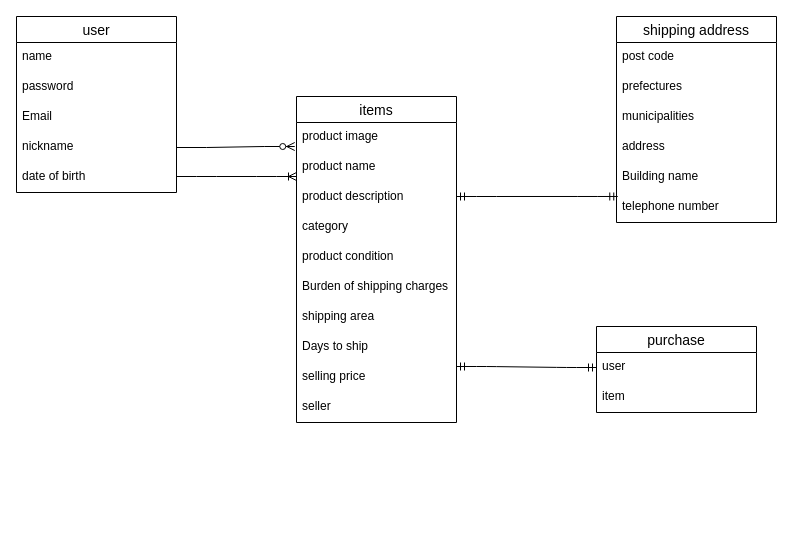
The draw.io diagram test.dio in pusann/furima-37365, before the edit. Source tidied: cells renumbered, new cells numbered last; positions are measured from the earlier drawing's top-left corner, leaving out a move shared by most shapes. Both pictures are drawn from the tidied source at 100%, with x=0, y=0 at pixel (16, 16).
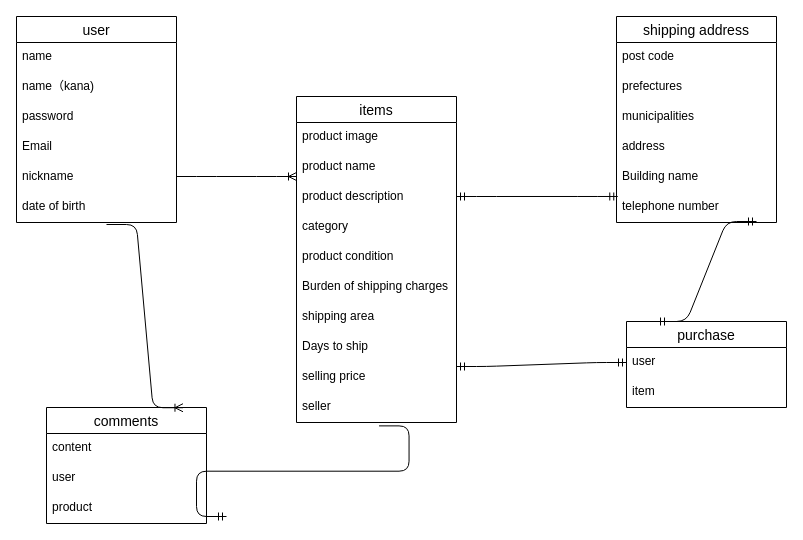
After the change.

Unchanged cells that the change refers to:
```xml
<mxCell id="3" value="product image" style="text;strokeColor=none;fillColor=none;spacingLeft=4;spacingRight=4;overflow=hidden;points=[[0,0.5],[1,0.5]];portConstraint=eastwest;fontSize=12;" parent="2" vertex="1">
  <mxGeometry y="26" width="160" height="30" as="geometry" />
</mxCell>
<mxCell id="12" value="seller" style="text;strokeColor=none;fillColor=none;spacingLeft=4;spacingRight=4;overflow=hidden;points=[[0,0.5],[1,0.5]];portConstraint=eastwest;fontSize=12;" parent="2" vertex="1">
  <mxGeometry y="296" width="160" height="30" as="geometry" />
</mxCell>
```

Change to the diagram source:
```diff
@@
     <mxCell id="13" value="user" style="swimlane;fontStyle=0;horizontal=1;startSize=26;align=center;fontSize=14;" parent="1" vertex="1">
-      <mxGeometry width="160" height="176" as="geometry" />
+      <mxGeometry width="160" height="206" as="geometry" />
     </mxCell>
@@
+    <mxCell id="33" value="name（kana)　" style="text;strokeColor=none;fillColor=none;spacingLeft=4;spacingRight=4;overflow=hidden;fontSize=12;" parent="13" vertex="1">
+      <mxGeometry y="56" width="160" height="30" as="geometry" />
+    </mxCell>
     <mxCell id="15" value="password" style="text;strokeColor=none;fillColor=none;spacingLeft=4;spacingRight=4;overflow=hidden;fontSize=12;" parent="13" vertex="1">
-      <mxGeometry y="56" width="160" height="30" as="geometry" />
+      <mxGeometry y="86" width="160" height="30" as="geometry" />
     </mxCell>
     <mxCell id="16" value="Email" style="text;strokeColor=none;fillColor=none;spacingLeft=4;spacingRight=4;overflow=hidden;fontSize=12;" parent="13" vertex="1">
-      <mxGeometry y="86" width="160" height="30" as="geometry" />
+      <mxGeometry y="116" width="160" height="30" as="geometry" />
     </mxCell>
     <mxCell id="17" value="nickname" style="text;strokeColor=none;fillColor=none;spacingLeft=4;spacingRight=4;overflow=hidden;points=[[0,0.5],[1,0.5]];portConstraint=eastwest;fontSize=12;" parent="13" vertex="1">
-      <mxGeometry y="116" width="160" height="30" as="geometry" />
+      <mxGeometry y="146" width="160" height="30" as="geometry" />
     </mxCell>
     <mxCell id="18" value="date of birth" style="text;strokeColor=none;fillColor=none;spacingLeft=4;spacingRight=4;overflow=hidden;fontSize=12;" parent="13" vertex="1">
-      <mxGeometry y="146" width="160" height="30" as="geometry" />
+      <mxGeometry y="176" width="160" height="30" as="geometry" />
     </mxCell>
     <mxCell id="19" value="purchase" style="swimlane;fontStyle=0;horizontal=1;startSize=26;align=center;fontSize=14;" parent="1" vertex="1">
-      <mxGeometry x="580" y="310" width="160" height="86" as="geometry" />
+      <mxGeometry x="610" y="305" width="160" height="86" as="geometry" />
     </mxCell>
@@
-    <mxCell id="32" style="edgeStyle=entityRelationEdgeStyle;fontSize=12;html=1;endArrow=ERzeroToMany;endFill=1;rounded=0;strokeColor=default;strokeWidth=1;exitX=1;exitY=0.5;exitDx=0;exitDy=0;entryX=-0.011;entryY=0.8;entryDx=0;entryDy=0;entryPerimeter=0;" parent="1" edge="1" source="17" target="3">
-      <mxGeometry relative="1" as="geometry" />
-    </mxCell>
+    <mxCell id="34" value="comments" style="swimlane;fontStyle=0;horizontal=1;startSize=26;align=center;fontSize=14;" parent="1" vertex="1">
+      <mxGeometry x="30" y="391" width="160" height="116" as="geometry" />
+    </mxCell>
+    <mxCell id="35" value="content" style="text;strokeColor=none;fillColor=none;spacingLeft=4;spacingRight=4;overflow=hidden;fontSize=12;" parent="34" vertex="1">
+      <mxGeometry y="26" width="160" height="30" as="geometry" />
+    </mxCell>
+    <mxCell id="36" value="user" style="text;strokeColor=none;fillColor=none;spacingLeft=4;spacingRight=4;overflow=hidden;fontSize=12;" parent="34" vertex="1">
+      <mxGeometry y="56" width="160" height="30" as="geometry" />
+    </mxCell>
+    <mxCell id="37" value="product" style="text;strokeColor=none;fillColor=none;spacingLeft=4;spacingRight=4;overflow=hidden;fontSize=12;" parent="34" vertex="1">
+      <mxGeometry y="86" width="160" height="30" as="geometry" />
+    </mxCell>
+    <mxCell id="38" style="edgeStyle=entityRelationEdgeStyle;fontSize=12;html=1;endArrow=ERmandOne;startArrow=ERmandOne;" parent="1" edge="1">
+      <mxGeometry relative="1" as="geometry">
+        <mxPoint x="640" y="305" as="sourcePoint" />
+        <mxPoint x="740" y="205" as="targetPoint" />
+      </mxGeometry>
+    </mxCell>
+    <mxCell id="39" style="edgeStyle=entityRelationEdgeStyle;fontSize=12;html=1;endArrow=ERoneToMany;entryX=0.853;entryY=0.002;entryDx=0;entryDy=0;entryPerimeter=0;" parent="1" edge="1" target="34">
+      <mxGeometry relative="1" as="geometry">
+        <mxPoint x="90" y="208" as="sourcePoint" />
+      </mxGeometry>
+    </mxCell>
+    <mxCell id="40" style="edgeStyle=entityRelationEdgeStyle;fontSize=12;html=1;endArrow=ERmandOne;exitX=0.516;exitY=1.113;exitDx=0;exitDy=0;exitPerimeter=0;" parent="1" edge="1" source="12">
+      <mxGeometry relative="1" as="geometry">
+        <mxPoint x="210" y="500" as="targetPoint" />
+      </mxGeometry>
+    </mxCell>
```
